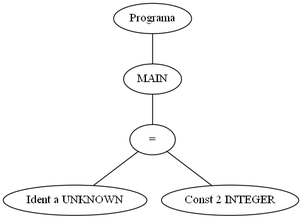
The Graphviz diagram arbol.png in Mdimase/compilador, before a commit. Its source is kept beside it as arbol.dot. Source of this version:
```dot
graph G {1 [label="Programa"]
2 [label="MAIN"]
1 -- 2
3 [label="="]
2 -- 3
4 [label="Ident a UNKNOWN"]
3 -- 4
5 [label="Const 2 INTEGER"]
3 -- 5
}
```
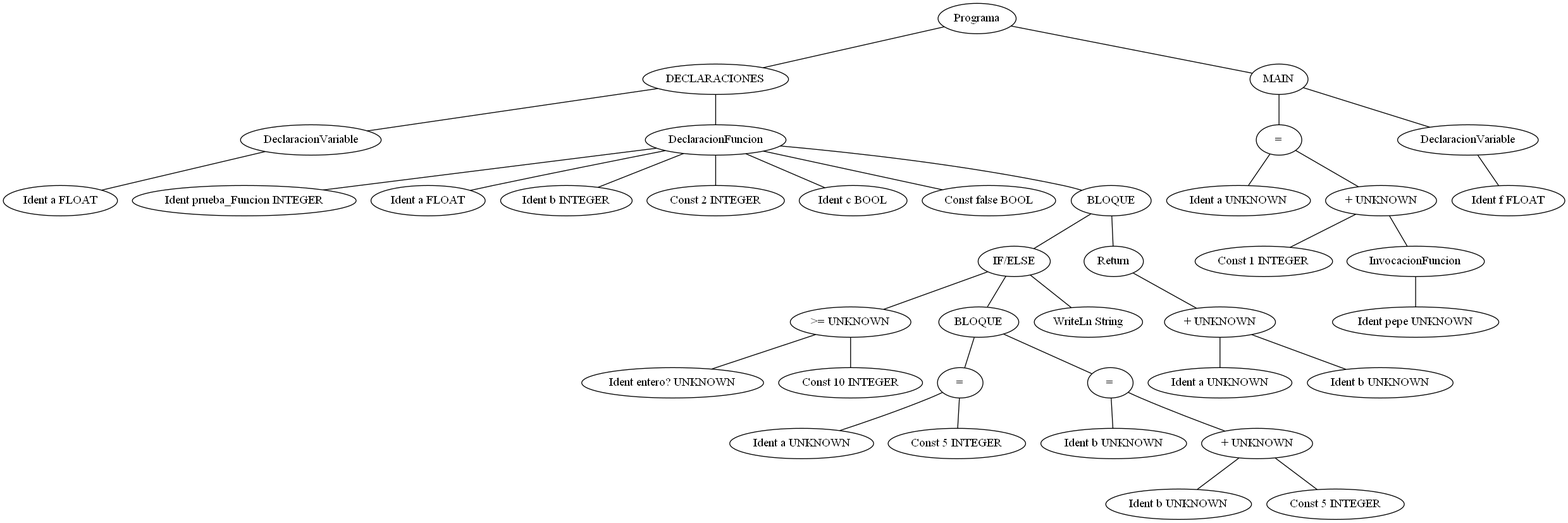
After the commit.

The edit, as a diff of the source:
```diff
@@ -1,10 +1,78 @@
 graph G {1 [label="Programa"]
-2 [label="MAIN"]
+2 [label="DECLARACIONES"]
 1 -- 2
-3 [label="="]
+3 [label="DeclaracionVariable"]
 2 -- 3
-4 [label="Ident a UNKNOWN"]
-3 -- 4
-5 [label="Const 2 INTEGER"]
+5 [label="Ident a FLOAT"]
 3 -- 5
+6 [label="DeclaracionFuncion"]
+2 -- 6
+7 [label="Ident prueba_Funcion INTEGER"]
+6 -- 7
+27 [label="Ident a FLOAT"]
+6 -- 27
+28 [label="Ident b INTEGER"]
+6 -- 28
+29 [label="Const 2 INTEGER"]
+6 -- 29
+30 [label="Ident c BOOL"]
+6 -- 30
+31 [label="Const false BOOL"]
+6 -- 31
+8 [label="BLOQUE"]
+6 -- 8
+9 [label="IF/ELSE"]
+8 -- 9
+10 [label=">= UNKNOWN"]
+9 -- 10
+11 [label="Ident entero? UNKNOWN"]
+10 -- 11
+12 [label="Const 10 INTEGER"]
+10 -- 12
+13 [label="BLOQUE"]
+9 -- 13
+14 [label="="]
+13 -- 14
+15 [label="Ident a UNKNOWN"]
+14 -- 15
+16 [label="Const 5 INTEGER"]
+14 -- 16
+17 [label="="]
+13 -- 17
+18 [label="Ident b UNKNOWN"]
+17 -- 18
+19 [label="+ UNKNOWN"]
+17 -- 19
+20 [label="Ident b UNKNOWN"]
+19 -- 20
+21 [label="Const 5 INTEGER"]
+19 -- 21
+22 [label="WriteLn String"]
+9 -- 22
+23 [label="Return"]
+8 -- 23
+24 [label="+ UNKNOWN"]
+23 -- 24
+25 [label="Ident a UNKNOWN"]
+24 -- 25
+26 [label="Ident b UNKNOWN"]
+24 -- 26
+32 [label="MAIN"]
+1 -- 32
+33 [label="="]
+32 -- 33
+34 [label="Ident a UNKNOWN"]
+33 -- 34
+35 [label="+ UNKNOWN"]
+33 -- 35
+36 [label="Const 1 INTEGER"]
+35 -- 36
+37 [label="InvocacionFuncion"]
+35 -- 37
+38 [label="Ident pepe UNKNOWN"]
+37 -- 38
+39 [label="DeclaracionVariable"]
+32 -- 39
+41 [label="Ident f FLOAT"]
+39 -- 41
 }
```
